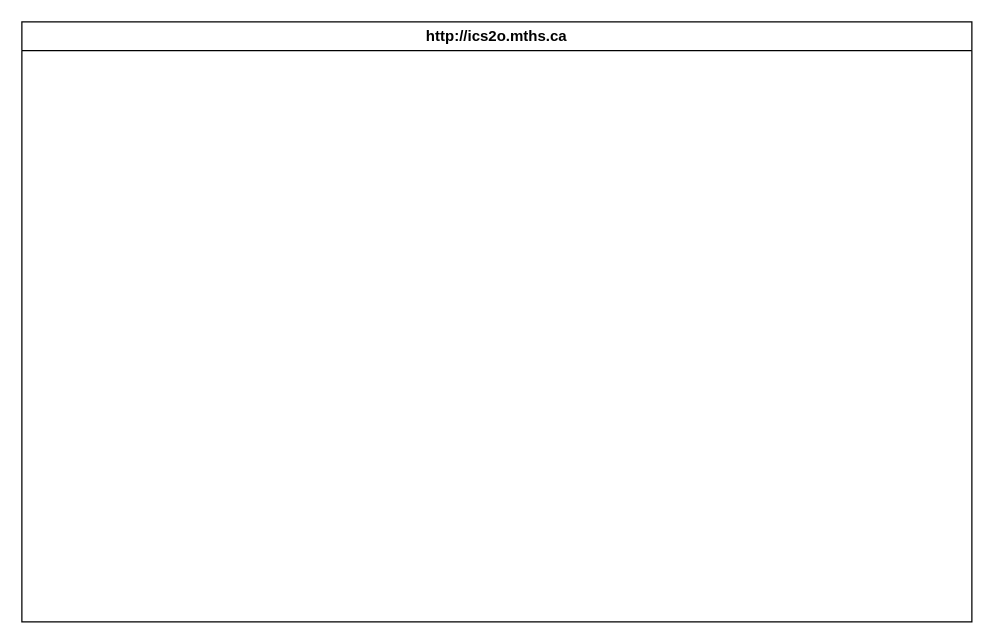
This is design/storyboard.drawio from MTHS-ICS2O-2-2022/ICS2O-Unit-3-02-Fares-Abdelkader, a draw.io file, before an edit. Source tidied: cells renumbered, new cells numbered last; positions are measured from the earlier drawing's top-left corner, leaving out a move shared by most shapes. Both pictures are drawn from the tidied source at 125%, with x=0, y=0 at pixel (21, 21).
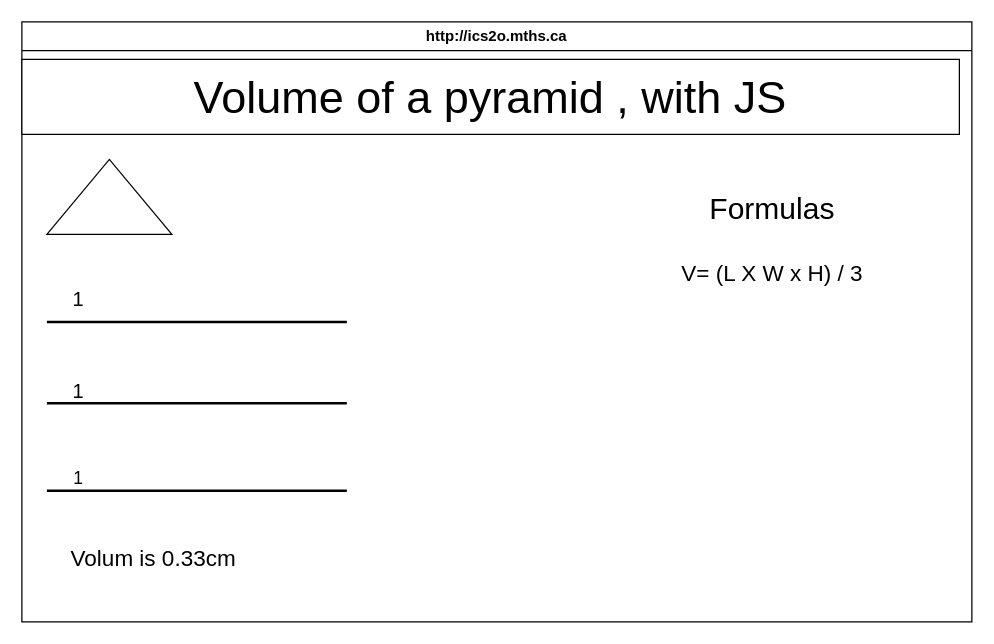
After the change.

Change to the diagram source:
```diff
@@
 <mxGraphModel>
   <root>
     <mxCell id="0" />
     <mxCell id="1" parent="0" />
     <mxCell id="2" value="http://ics2o.mths.ca" style="swimlane;whiteSpace=wrap;html=1;" parent="1" vertex="1">
       <mxGeometry width="760" height="480" as="geometry" />
     </mxCell>
+    <mxCell id="3" value="&lt;font style=&quot;font-size: 36px;&quot;&gt;Volume of a pyramid , with JS&lt;/font&gt;" style="rounded=0;whiteSpace=wrap;html=1;" parent="2" vertex="1">
+      <mxGeometry y="30" width="750" height="60" as="geometry" />
+    </mxCell>
+    <mxCell id="4" style="triangle;whiteSpace=wrap;html=1;fontSize=36;direction=north;" parent="2" vertex="1">
+      <mxGeometry x="20" y="110" width="100" height="60" as="geometry" />
+    </mxCell>
+    <mxCell id="5" style="line;strokeWidth=2;html=1;fontSize=36;" parent="2" vertex="1">
+      <mxGeometry x="20" y="235" width="240" height="10" as="geometry" />
+    </mxCell>
+    <mxCell id="6" style="line;strokeWidth=2;html=1;fontSize=36;" parent="2" vertex="1">
+      <mxGeometry x="20" y="300" width="240" height="10" as="geometry" />
+    </mxCell>
+    <mxCell id="7" style="line;strokeWidth=2;html=1;fontSize=36;" parent="2" vertex="1">
+      <mxGeometry x="20" y="370" width="240" height="10" as="geometry" />
+    </mxCell>
+    <mxCell id="8" value="&lt;font size=&quot;3&quot;&gt;1&lt;/font&gt;" style="text;html=1;align=center;verticalAlign=middle;strokeColor=none;fillColor=none;fontSize=36;" parent="2" vertex="1">
+      <mxGeometry x="30" y="185" width="30" height="60" as="geometry" />
+    </mxCell>
+    <mxCell id="9" value="&lt;font size=&quot;3&quot;&gt;1&lt;/font&gt;" style="text;html=1;align=center;verticalAlign=middle;strokeColor=none;fillColor=none;fontSize=8;" parent="2" vertex="1">
+      <mxGeometry x="30" y="280" width="30" height="30" as="geometry" />
+    </mxCell>
+    <mxCell id="10" value="1" style="text;html=1;align=center;verticalAlign=middle;strokeColor=none;fillColor=none;fontSize=14;" parent="2" vertex="1">
+      <mxGeometry x="30" y="350" width="30" height="30" as="geometry" />
+    </mxCell>
+    <mxCell id="11" value="&lt;font style=&quot;font-size: 24px;&quot;&gt;Formulas&lt;/font&gt;" style="text;html=1;align=center;verticalAlign=middle;strokeColor=none;fillColor=none;fontSize=14;" parent="2" vertex="1">
+      <mxGeometry x="540" y="130" width="120" height="40" as="geometry" />
+    </mxCell>
+    <mxCell id="12" value="&lt;font style=&quot;font-size: 18px;&quot;&gt;V= (L X W x H) / 3&lt;/font&gt;" style="text;html=1;align=center;verticalAlign=middle;strokeColor=none;fillColor=none;fontSize=24;" parent="2" vertex="1">
+      <mxGeometry x="515" y="180" width="170" height="40" as="geometry" />
+    </mxCell>
+    <mxCell id="13" value="Volum is 0.33cm" style="text;html=1;align=center;verticalAlign=middle;strokeColor=none;fillColor=none;fontSize=18;" parent="2" vertex="1">
+      <mxGeometry x="25" y="415" width="160" height="30" as="geometry" />
+    </mxCell>
   </root>
 </mxGraphModel>
```
